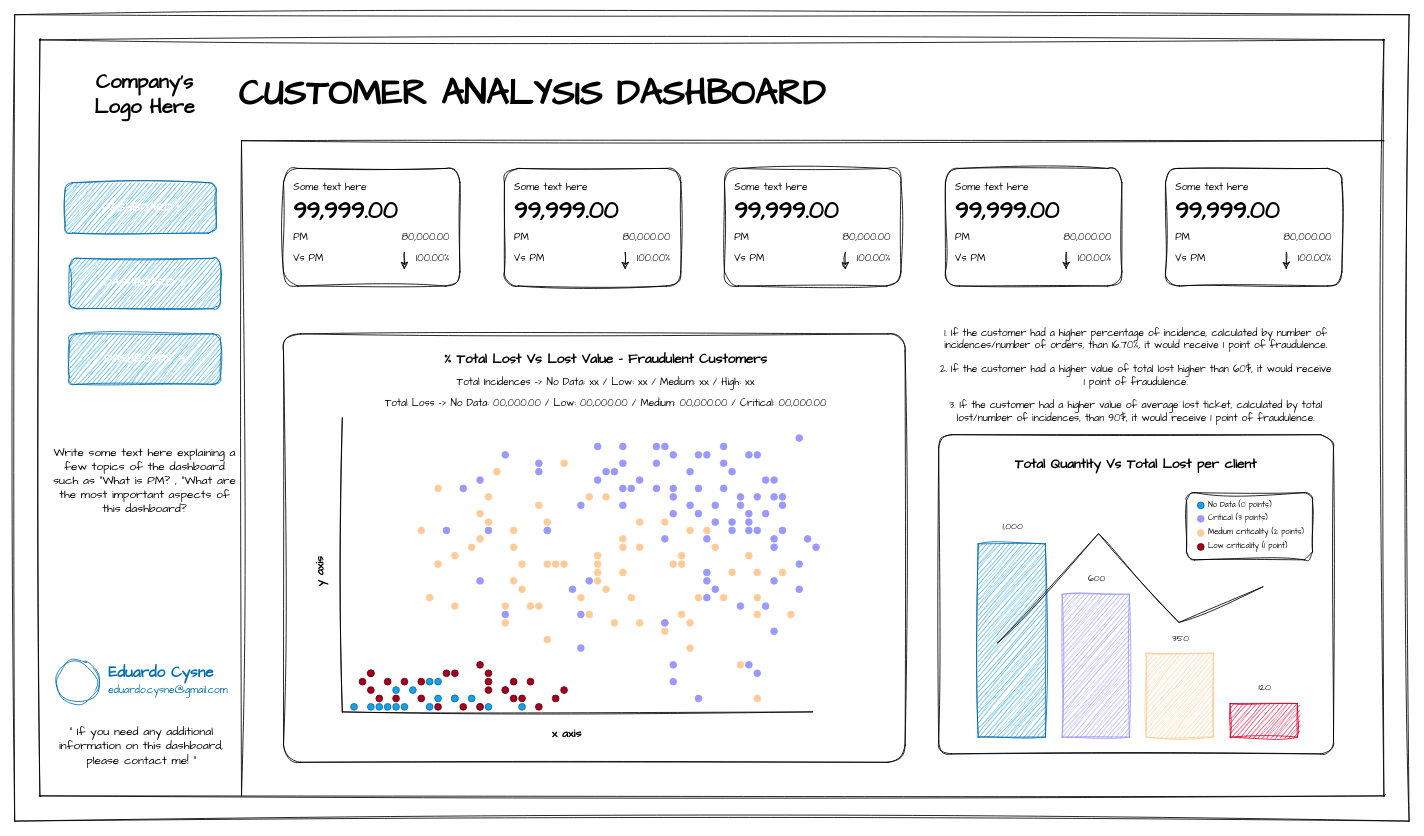
Earlier version of the draw.io diagram Dashboard Designs/Customer Analysis Dashboard.drawio (Edcysne/Walmart-Project). Source tidied: cells renumbered, new cells numbered last; positions are measured from the earlier drawing's top-left corner, leaving out a move shared by most shapes. Both pictures are drawn from the tidied source at 84%, with x=0, y=0 at pixel (14, 14).
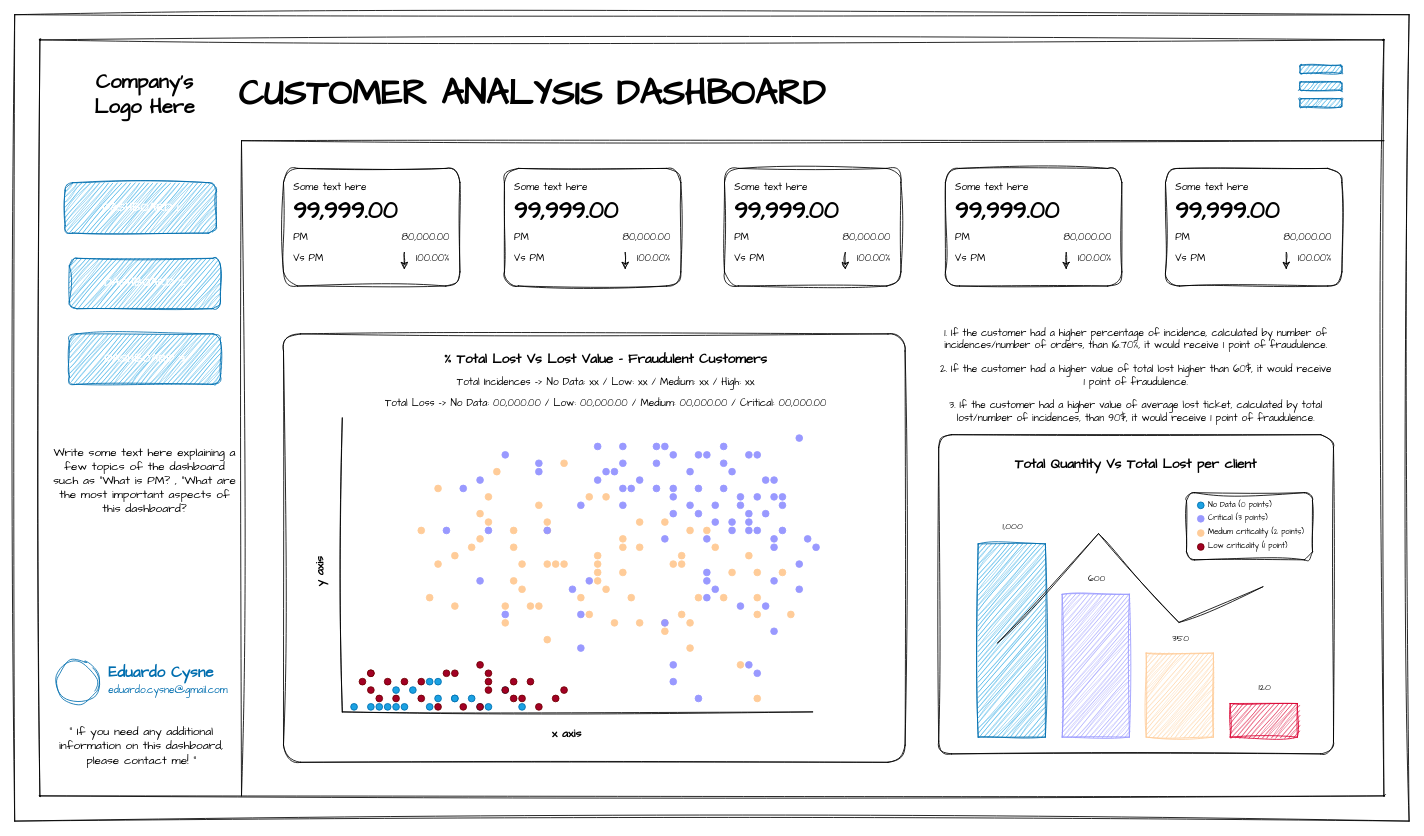
After the change.

What changed in the source:
```diff
@@
+    <mxCell id="293" style="rounded=1;whiteSpace=wrap;html=1;fillColor=#1ba1e2;fontColor=#ffffff;strokeColor=#006EAF;fillStyle=hatch;sketch=1;curveFitting=1;jiggle=2;" parent="1" vertex="1">
+      <mxGeometry x="1530" y="60" width="50" height="10" as="geometry" />
+    </mxCell>
+    <mxCell id="294" style="rounded=1;whiteSpace=wrap;html=1;fillColor=#1ba1e2;fontColor=#ffffff;strokeColor=#006EAF;fillStyle=hatch;sketch=1;curveFitting=1;jiggle=2;" parent="1" vertex="1">
+      <mxGeometry x="1530" y="80" width="50" height="10" as="geometry" />
+    </mxCell>
+    <mxCell id="295" style="rounded=1;whiteSpace=wrap;html=1;fillColor=#1ba1e2;fontColor=#ffffff;strokeColor=#006EAF;fillStyle=hatch;sketch=1;curveFitting=1;jiggle=2;" parent="1" vertex="1">
+      <mxGeometry x="1530" y="100" width="50" height="10" as="geometry" />
+    </mxCell>
```
